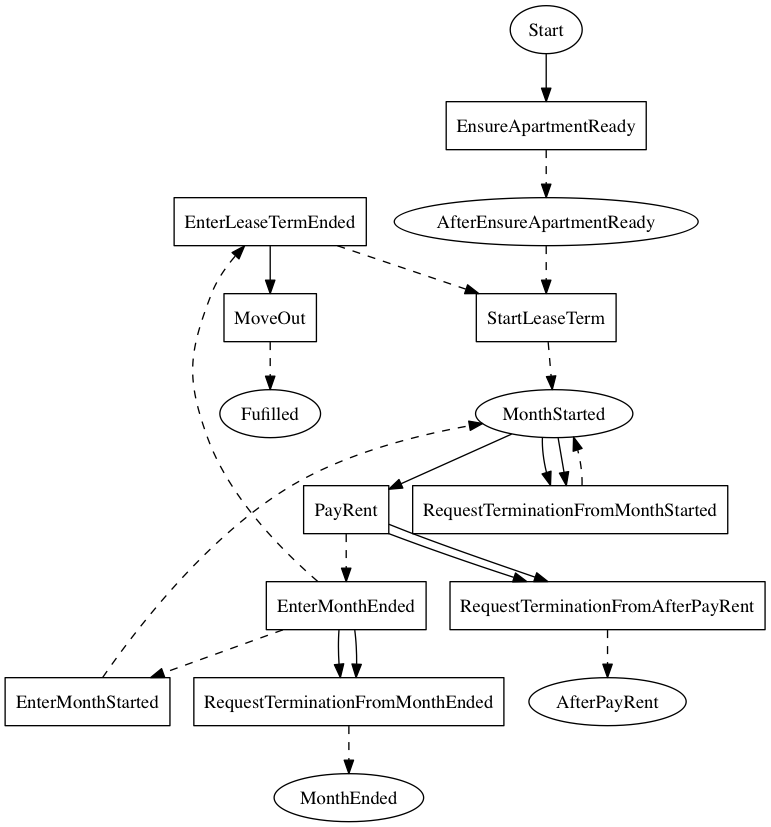
The Graphviz diagram linear_state_machine_language/pyL4/examples/out_graphviz/from_academic_lit/hvitved_lease.png in Marcao02/complaw-deeptech, before a commit. Its source is kept beside it as linear_state_machine_language/pyL4/examples/out_graphviz/from_academic_lit/hvitved_lease.dot.
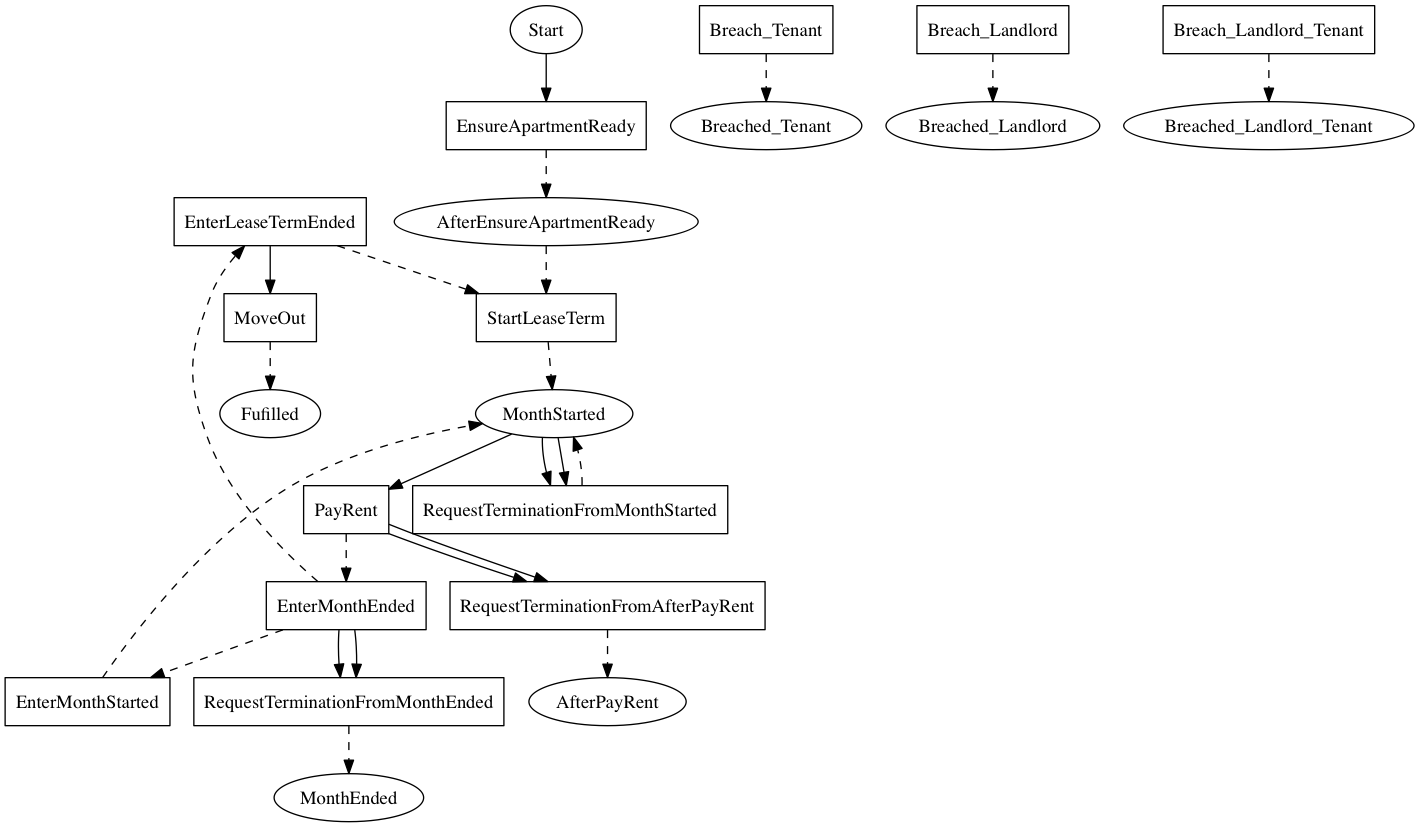
Later version of the same file.

Change to the diagram source:
```diff
@@ -3,7 +3,10 @@
     Fulfilled[label=Fufilled];
     Start[label=Start];
 	AfterEnsureApartmentReady[label=AfterEnsureApartmentReady];
-	MonthStarted[label=MonthStarted]
+	MonthStarted[label=MonthStarted];
+	Breached_Tenant[label=Breached_Tenant];
+	Breached_Landlord[label=Breached_Landlord];
+	Breached_Landlord_Tenant[label=Breached_Landlord_Tenant]
 
 
     RequestTerminationFromMonthStarted[label=RequestTerminationFromMonthStarted,shape=box];
@@ -15,7 +18,10 @@
 	PayRent[label=PayRent,shape=box];
 	EnterMonthEnded[label=EnterMonthEnded,shape=box];
 	EnterLeaseTermEnded[label=EnterLeaseTermEnded,shape=box];
-	MoveOut[label=MoveOut,shape=box]
+	MoveOut[label=MoveOut,shape=box];
+	Breach_Tenant[label=Breach_Tenant,shape=box];
+	Breach_Landlord[label=Breach_Landlord,shape=box];
+	Breach_Landlord_Tenant[label=Breach_Landlord_Tenant,shape=box]
 
 
 
@@ -41,6 +47,9 @@
 	StartLeaseTerm -> MonthStarted [style=dashed];
 	EnterMonthStarted -> MonthStarted [style=dashed];
 	MoveOut -> Fulfilled [style=dashed];
+	Breach_Tenant -> Breached_Tenant [style=dashed];
+	Breach_Landlord -> Breached_Landlord [style=dashed];
+	Breach_Landlord_Tenant -> Breached_Landlord_Tenant [style=dashed];
 
 
 
```
